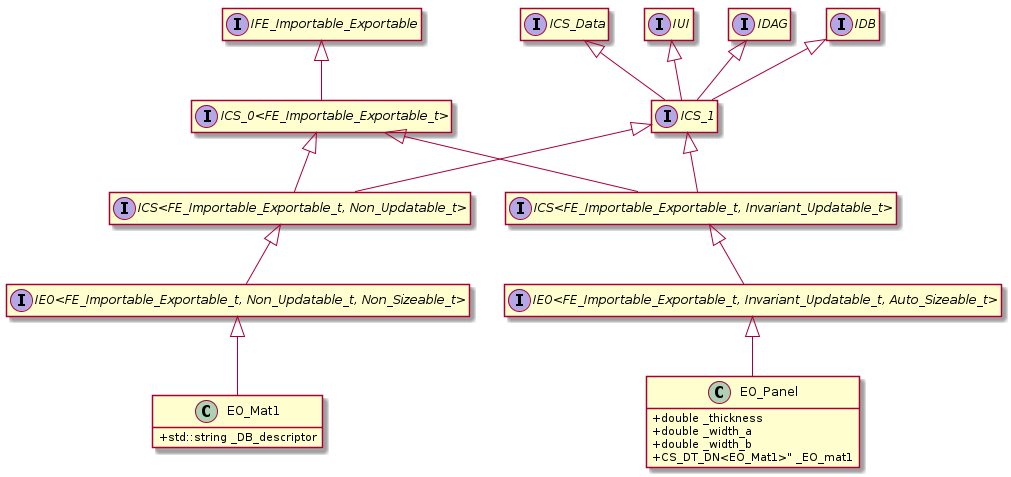
Before: uml/EO_Panel.png, a diagram exported from PlantUML (BarisAlbayrakIEEE/StructuralAnalysis). Its source is kept beside it as uml/EO_Panel.puml.
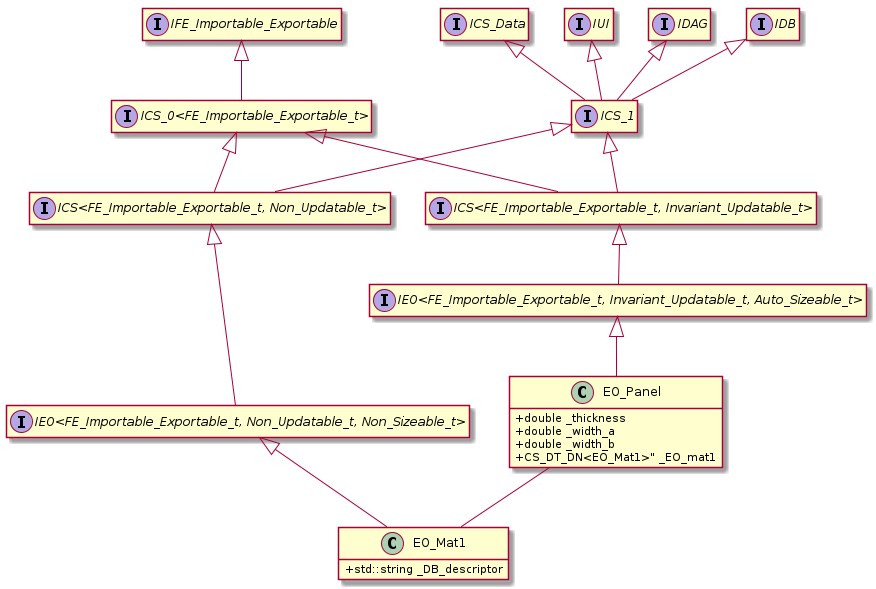
Later version of the same file.

What changed in the source:
```diff
@@ -47,4 +47,6 @@
 "IEO<FE_Importable_Exportable_t, Non_Updatable_t, Non_Sizeable_t>" <|-- EO_Mat1
 "IEO<FE_Importable_Exportable_t, Invariant_Updatable_t, Auto_Sizeable_t>" <|-- EO_Panel
 
+EO_Panel -- EO_Mat1
+
 @enduml
```
